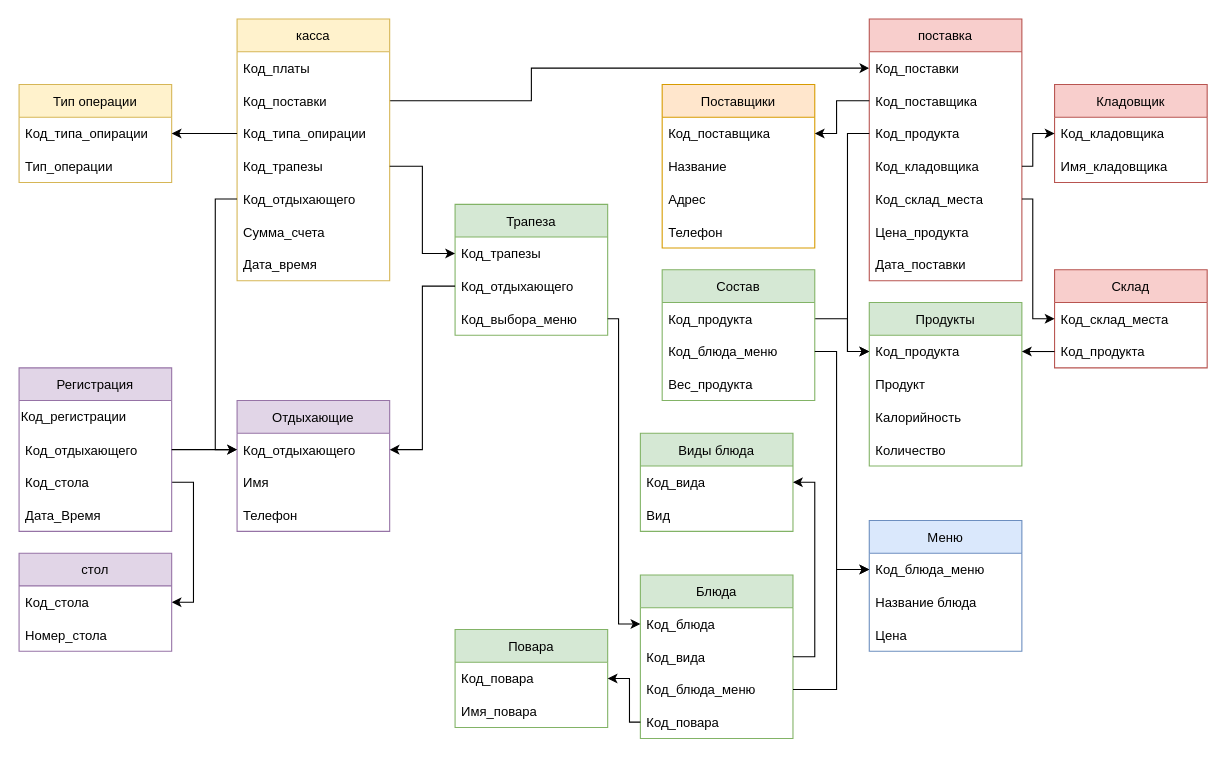
Earlier version of the draw.io diagram page "desk ok" (4 of 5) of Untitled Diagram.drawio (lari5685/transfer). Source tidied: cells renumbered, new cells numbered last; positions are measured from the earlier drawing's top-left corner, leaving out a move shared by most shapes. Both pictures are drawn from the tidied source at 109%, with x=0, y=0 at pixel (19, 19).
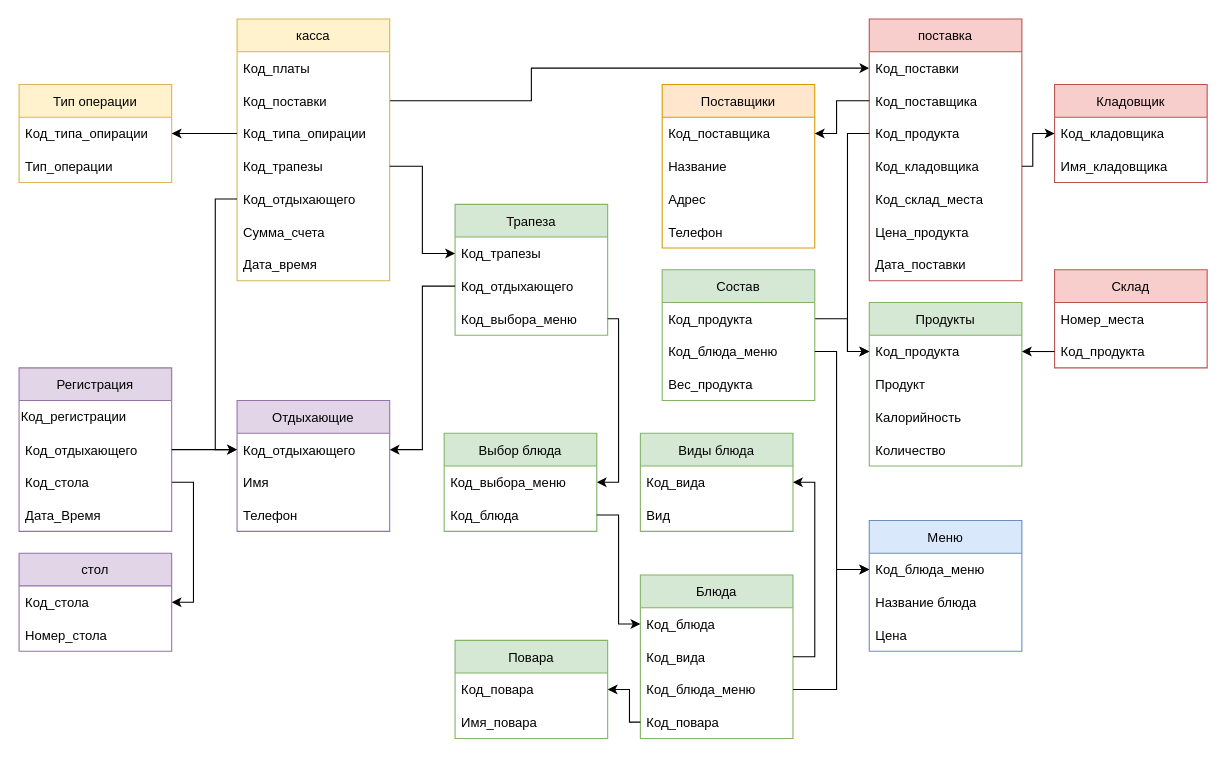
The same diagram, later.

The change refers to these unchanged cells:
```xml
<mxCell id="2" value="Склад" style="swimlane;fontStyle=0;horizontal=1;startSize=30;fillColor=#f8cecc;strokeColor=#b85450;sketch=0;swimlaneLine=1;shadow=0;" parent="1" vertex="1">
  <mxGeometry x="950" y="230" width="140" height="90" as="geometry" />
</mxCell>
<mxCell id="16" value="Код_блюда" style="text;strokeColor=none;fillColor=none;align=left;verticalAlign=middle;spacingLeft=4;spacingRight=4;overflow=hidden;points=[[0,0.5],[1,0.5]];portConstraint=eastwest;sketch=0;swimlaneLine=1;shadow=0;" parent="15" vertex="1">
  <mxGeometry y="30" width="140" height="30" as="geometry" />
</mxCell>
<mxCell id="19" value="Код_повара" style="text;strokeColor=none;fillColor=none;align=left;verticalAlign=middle;spacingLeft=4;spacingRight=4;overflow=hidden;points=[[0,0.5],[1,0.5]];portConstraint=eastwest;sketch=0;swimlaneLine=1;shadow=0;" parent="15" vertex="1">
  <mxGeometry y="120" width="140" height="30" as="geometry" />
</mxCell>
<mxCell id="30" value="Код_выбора_меню" style="text;strokeColor=none;fillColor=none;align=left;verticalAlign=middle;spacingLeft=4;spacingRight=4;overflow=hidden;points=[[0,0.5],[1,0.5]];portConstraint=eastwest;" parent="27" vertex="1">
  <mxGeometry y="90" width="140" height="30" as="geometry" />
</mxCell>
<mxCell id="56" value="Код_склад_места" style="text;strokeColor=none;fillColor=none;align=left;verticalAlign=middle;spacingLeft=4;spacingRight=4;overflow=hidden;points=[[0,0.5],[1,0.5]];portConstraint=eastwest;sketch=0;swimlaneLine=1;shadow=0;" parent="51" vertex="1">
  <mxGeometry y="150" width="140" height="30" as="geometry" />
</mxCell>
<mxCell id="64" value="Код_повара" style="text;strokeColor=none;fillColor=none;align=left;verticalAlign=middle;spacingLeft=4;spacingRight=4;overflow=hidden;points=[[0,0.5],[1,0.5]];portConstraint=eastwest;sketch=0;swimlaneLine=1;shadow=0;" parent="63" vertex="1">
  <mxGeometry y="30" width="140" height="30" as="geometry" />
</mxCell>
```

Change to the diagram source:
```diff
@@
-    <mxCell id="3" value="Код_склад_места" style="text;strokeColor=none;fillColor=none;align=left;verticalAlign=middle;spacingLeft=4;spacingRight=4;overflow=hidden;points=[[0,0.5],[1,0.5]];portConstraint=eastwest;sketch=0;swimlaneLine=1;shadow=0;" parent="2" vertex="1">
+    <mxCell id="3" value="Номер_места" style="text;strokeColor=none;fillColor=none;align=left;verticalAlign=middle;spacingLeft=4;spacingRight=4;overflow=hidden;points=[[0,0.5],[1,0.5]];portConstraint=eastwest;sketch=0;swimlaneLine=1;shadow=0;" parent="2" vertex="1">
       <mxGeometry y="30" width="140" height="30" as="geometry" />
     </mxCell>
@@
     <mxCell id="63" value="Повара" style="swimlane;fontStyle=0;horizontal=1;startSize=30;sketch=0;shadow=0;rounded=0;glass=0;fillColor=#d5e8d4;strokeColor=#82b366;swimlaneLine=1;" parent="1" vertex="1">
-      <mxGeometry x="400" y="560" width="140" height="90" as="geometry" />
+      <mxGeometry x="400" y="570" width="140" height="90" as="geometry" />
     </mxCell>
@@
-    <mxCell id="74" style="edgeStyle=orthogonalEdgeStyle;rounded=0;jettySize=auto;html=1;exitX=1;exitY=0.5;exitDx=0;exitDy=0;entryX=0;entryY=0.5;entryDx=0;entryDy=0;" parent="1" edge="1" source="56" target="3">
-      <mxGeometry relative="1" as="geometry">
-        <Array as="points">
-          <mxPoint x="930" y="165" />
-          <mxPoint x="930" y="275" />
-        </Array>
-      </mxGeometry>
-    </mxCell>
@@
     <mxCell id="85" style="edgeStyle=orthogonalEdgeStyle;rounded=0;jettySize=auto;html=1;exitX=0;exitY=0.5;exitDx=0;exitDy=0;entryX=1;entryY=0.5;entryDx=0;entryDy=0;" parent="1" edge="1" source="19" target="64">
       <mxGeometry relative="1" as="geometry">
         <Array as="points">
           <mxPoint x="560" y="645" />
-          <mxPoint x="560" y="605" />
+          <mxPoint x="560" y="615" />
         </Array>
       </mxGeometry>
     </mxCell>
@@
-    <mxCell id="89" style="edgeStyle=orthogonalEdgeStyle;rounded=0;jettySize=auto;html=1;exitX=1;exitY=0.5;exitDx=0;exitDy=0;entryX=0;entryY=0.5;entryDx=0;entryDy=0;" parent="1" edge="1" source="30" target="16">
+    <mxCell id="89" style="edgeStyle=orthogonalEdgeStyle;rounded=0;jettySize=auto;html=1;exitX=1;exitY=0.5;exitDx=0;exitDy=0;entryX=1;entryY=0.5;entryDx=0;entryDy=0;" parent="1" edge="1" source="30" target="91">
       <mxGeometry relative="1" as="geometry">
         <Array as="points">
           <mxPoint x="550" y="275" />
-          <mxPoint x="550" y="555" />
+          <mxPoint x="550" y="425" />
         </Array>
       </mxGeometry>
     </mxCell>
+    <mxCell id="90" value="Выбор блюда" style="swimlane;fontStyle=0;horizontal=1;startSize=30;fillColor=#d5e8d4;strokeColor=#82b366;" parent="1" vertex="1">
+      <mxGeometry x="390" y="380" width="140" height="90" as="geometry" />
+    </mxCell>
+    <mxCell id="91" value="Код_выбора_меню" style="text;strokeColor=none;fillColor=none;align=left;verticalAlign=middle;spacingLeft=4;spacingRight=4;overflow=hidden;points=[[0,0.5],[1,0.5]];portConstraint=eastwest;" parent="90" vertex="1">
+      <mxGeometry y="30" width="140" height="30" as="geometry" />
+    </mxCell>
+    <mxCell id="92" value="Код_блюда" style="text;strokeColor=none;fillColor=none;align=left;verticalAlign=middle;spacingLeft=4;spacingRight=4;overflow=hidden;points=[[0,0.5],[1,0.5]];portConstraint=eastwest;" parent="90" vertex="1">
+      <mxGeometry y="60" width="140" height="30" as="geometry" />
+    </mxCell>
+    <mxCell id="93" style="edgeStyle=orthogonalEdgeStyle;rounded=0;jettySize=auto;html=1;exitX=1;exitY=0.5;exitDx=0;exitDy=0;entryX=0;entryY=0.5;entryDx=0;entryDy=0;" parent="1" edge="1" source="92" target="16">
+      <mxGeometry relative="1" as="geometry" />
+    </mxCell>
```
